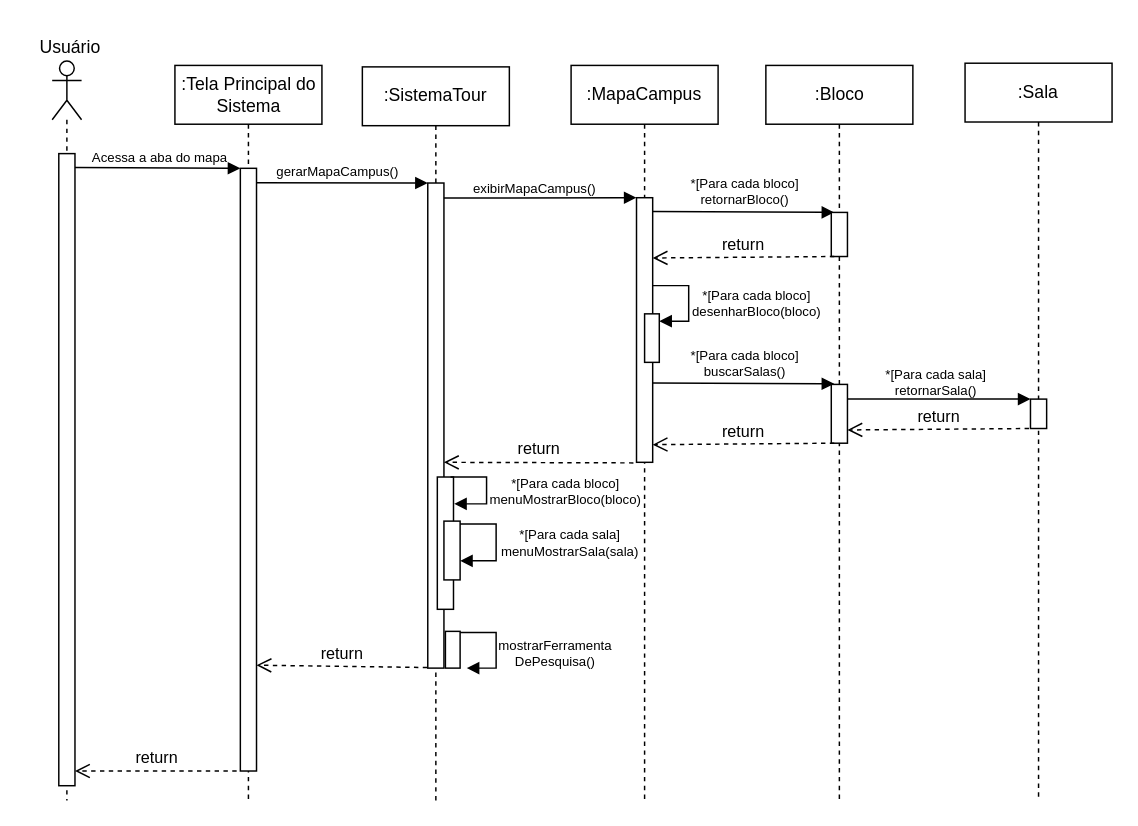
Above: DiagramaDeSequencia-AcessarMapaInterativo2d.drawio in Gigagiga1234/Tour-Virtual (draw.io), before the change. Source tidied: cells renumbered, new cells numbered last; positions are measured from the earlier drawing's top-left corner, leaving out a move shared by most shapes. Both pictures are drawn from the tidied source at 147%, with x=0, y=0 at pixel (25, 25).
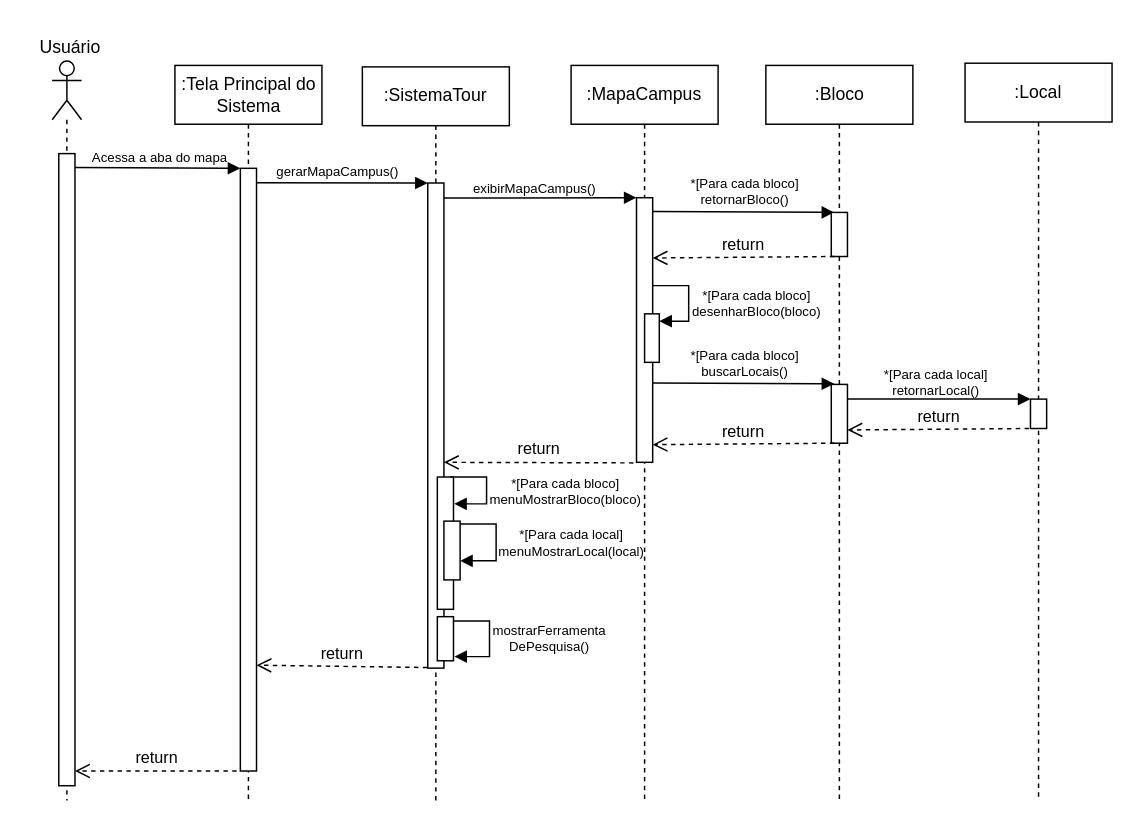
The same diagram, later.

The change refers to these unchanged cells:
```xml
<mxCell id="23" value=":SistemaTour" style="shape=umlLifeline;perimeter=lifelinePerimeter;whiteSpace=wrap;html=1;newEdgeStyle={&quot;curved&quot;:0,&quot;rounded&quot;:0};" parent="1" vertex="1">
  <mxGeometry x="229" y="28" width="100" height="499" as="geometry" />
</mxCell>
```

Change to the diagram source:
```diff
@@
-    <mxCell id="24" style="html=1;perimeter=orthogonalPerimeter;targetShapes=umlLifeline;newEdgeStyle={&quot;curved&quot;:0,&quot;rounded&quot;:0};" parent="23" vertex="1">
-      <mxGeometry x="56.5" y="384" width="10" height="25" as="geometry" />
-    </mxCell>
@@
-    <mxCell id="31" value="*[Para cada bloco]&lt;div&gt;buscarSalas()&lt;/div&gt;" style="text;html=1;align=center;verticalAlign=middle;strokeColor=none;fillColor=none;fontSize=9;" parent="1" vertex="1">
+    <mxCell id="31" value="*[Para cada bloco]&lt;div&gt;buscarLocais()&lt;/div&gt;" style="text;html=1;align=center;verticalAlign=middle;strokeColor=none;fillColor=none;fontSize=9;" parent="1" vertex="1">
       <mxGeometry x="439" y="210" width="100" height="40" as="geometry" />
     </mxCell>
-    <mxCell id="32" value=":Sala" style="shape=umlLifeline;perimeter=lifelinePerimeter;whiteSpace=wrap;html=1;newEdgeStyle={&quot;curved&quot;:0,&quot;rounded&quot;:0};" parent="1" vertex="1">
+    <mxCell id="32" value=":Local" style="shape=umlLifeline;perimeter=lifelinePerimeter;whiteSpace=wrap;html=1;newEdgeStyle={&quot;curved&quot;:0,&quot;rounded&quot;:0};" parent="1" vertex="1">
       <mxGeometry x="639" y="25.5" width="100" height="501.5" as="geometry" />
     </mxCell>
@@
-    <mxCell id="35" value="*[Para cada sala]&lt;div&gt;retornarSala()&lt;/div&gt;" style="text;html=1;align=center;verticalAlign=middle;strokeColor=none;fillColor=none;fontSize=9;" parent="1" vertex="1">
+    <mxCell id="35" value="*[Para cada local]&lt;div&gt;retornarLocal()&lt;/div&gt;" style="text;html=1;align=center;verticalAlign=middle;strokeColor=none;fillColor=none;fontSize=9;" parent="1" vertex="1">
       <mxGeometry x="574" y="223" width="90" height="40" as="geometry" />
     </mxCell>
@@
-    <mxCell id="43" value="&lt;div&gt;&lt;span style=&quot;background-color: transparent; color: light-dark(rgb(0, 0, 0), rgb(255, 255, 255));&quot;&gt;*[Para cada sala]&lt;/span&gt;&lt;/div&gt;&lt;div&gt;&lt;span style=&quot;background-color: transparent; color: light-dark(rgb(0, 0, 0), rgb(255, 255, 255));&quot;&gt;menuMostrarSala(sala)&lt;/span&gt;&lt;/div&gt;" style="text;html=1;align=center;verticalAlign=middle;strokeColor=none;fillColor=none;fontSize=9;" parent="1" vertex="1">
-      <mxGeometry x="310" y="332" width="120" height="40" as="geometry" />
+    <mxCell id="43" value="&lt;div&gt;&lt;span style=&quot;background-color: transparent; color: light-dark(rgb(0, 0, 0), rgb(255, 255, 255));&quot;&gt;*[Para cada local]&lt;/span&gt;&lt;/div&gt;&lt;div&gt;&lt;span style=&quot;background-color: transparent; color: light-dark(rgb(0, 0, 0), rgb(255, 255, 255));&quot;&gt;menuMostrarLocal(local)&lt;/span&gt;&lt;/div&gt;" style="text;html=1;align=center;verticalAlign=middle;strokeColor=none;fillColor=none;fontSize=9;" parent="1" vertex="1">
+      <mxGeometry x="311" y="332" width="120" height="40" as="geometry" />
     </mxCell>
-    <mxCell id="44" style="html=1;align=left;spacingLeft=2;endArrow=block;rounded=0;edgeStyle=elbowEdgeStyle;rounded=0;exitX=1.089;exitY=0.74;exitDx=0;exitDy=0;exitPerimeter=0;entryX=1;entryY=0;entryDx=0;entryDy=5;entryPerimeter=0;" parent="1" edge="1">
+    <mxCell id="44" style="html=1;align=left;spacingLeft=2;endArrow=block;rounded=0;edgeStyle=elbowEdgeStyle;rounded=0;exitX=1.089;exitY=0.74;exitDx=0;exitDy=0;exitPerimeter=0;entryX=1.054;entryY=0.906;entryDx=0;entryDy=0;entryPerimeter=0;" parent="1" edge="1" target="46">
       <mxGeometry x="-0.17" y="30" relative="1" as="geometry">
-        <mxPoint x="295.5" y="412.8" as="sourcePoint" />
-        <mxPoint x="300" y="437" as="targetPoint" />
+        <mxPoint x="291" y="404.9" as="sourcePoint" />
         <Array as="points">
-          <mxPoint x="320" y="425" />
+          <mxPoint x="315.5" y="417.1" />
         </Array>
       </mxGeometry>
     </mxCell>
     <mxCell id="45" value="&lt;div&gt;mostrarFerramenta&lt;/div&gt;&lt;div&gt;DePesquisa()&lt;/div&gt;" style="text;html=1;align=center;verticalAlign=middle;strokeColor=none;fillColor=none;fontSize=9;" parent="1" vertex="1">
-      <mxGeometry x="310" y="407" width="100" height="40" as="geometry" />
+      <mxGeometry x="305.5" y="397" width="100" height="40" as="geometry" />
     </mxCell>
+    <mxCell id="46" style="rounded=0;whiteSpace=wrap;html=1;" parent="1" vertex="1">
+      <mxGeometry x="280" y="402" width="11" height="30" as="geometry" />
+    </mxCell>
```
